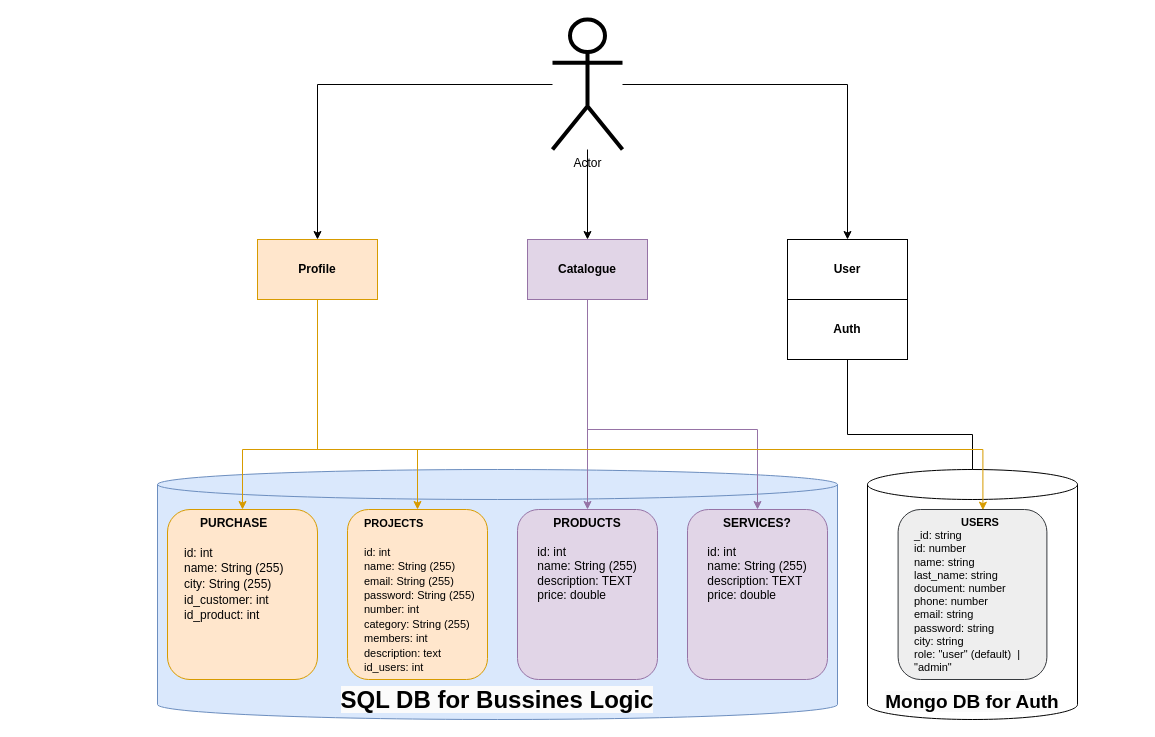
Above: Diagrama sin título.drawio in samuelquisol/Future-Projection (draw.io), before the change. Source tidied: cells renumbered, new cells numbered last; positions are measured from the earlier drawing's top-left corner, leaving out a move shared by most shapes. Both pictures are drawn from the tidied source at 100%, with x=0, y=0 at pixel (157, 19).
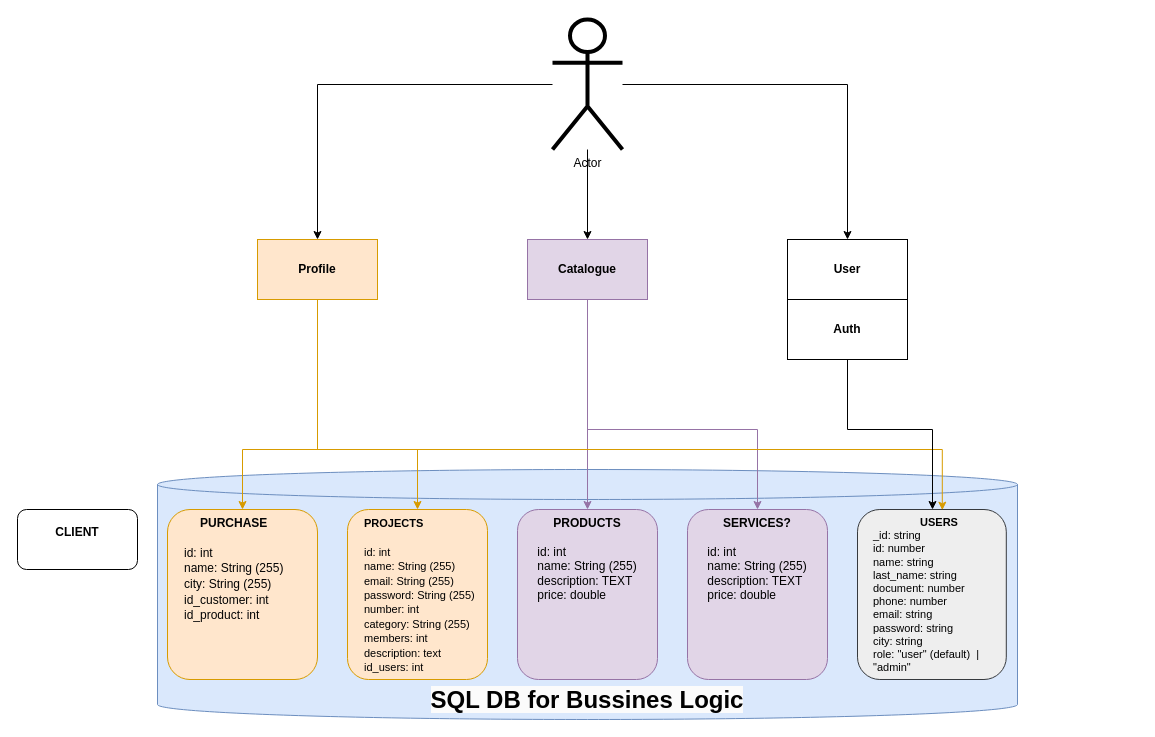
The same page after the edit.

Commit message:
Diagrama de Arquitectura General

Unchanged cells that the change refers to:
```xml
<mxCell id="4" value="&lt;b&gt;Auth&lt;/b&gt;" style="whiteSpace=wrap;html=1;" parent="1" vertex="1">
  <mxGeometry x="630" y="280" width="120" height="60" as="geometry" />
</mxCell>
<mxCell id="12" value="&lt;b&gt;Profile&lt;/b&gt;" style="whiteSpace=wrap;html=1;fillColor=#ffe6cc;strokeColor=#d79b00;" parent="1" vertex="1">
  <mxGeometry x="100" y="220" width="120" height="60" as="geometry" />
</mxCell>
```

What changed in the source:
```diff
@@
-    <mxCell id="3" style="edgeStyle=orthogonalEdgeStyle;rounded=0;jettySize=auto;html=1;" parent="1" edge="1" source="4" target="22">
-      <mxGeometry relative="1" as="geometry" />
-    </mxCell>
@@
     <mxCell id="5" style="shape=cylinder3;whiteSpace=wrap;html=1;boundedLbl=1;backgroundOutline=1;size=15;labelBorderColor=#99CCFF;fillColor=#dae8fc;strokeColor=#6c8ebf;" parent="1" vertex="1">
-      <mxGeometry y="450" width="680" height="250" as="geometry" />
+      <mxGeometry y="450" width="860" height="250" as="geometry" />
     </mxCell>
     <mxCell id="6" value="&lt;b style=&quot;forced-color-adjust: none; color: rgb(0, 0, 0); font-family: Helvetica; font-size: 24px; font-style: normal; font-variant-ligatures: normal; font-variant-caps: normal; letter-spacing: normal; orphans: 2; text-indent: 0px; text-transform: none; widows: 2; word-spacing: 0px; -webkit-text-stroke-width: 0px; white-space: normal; background-color: rgb(251, 251, 251); text-decoration-thickness: initial; text-decoration-style: initial; text-decoration-color: initial;&quot;&gt;SQL DB for Bussines Logic&lt;/b&gt;" style="text;whiteSpace=wrap;html=1;strokeWidth=7;fontSize=24;align=center;" parent="1" vertex="1">
-      <mxGeometry x="175" y="660" width="330" height="40" as="geometry" />
+      <mxGeometry x="265" y="660" width="330" height="40" as="geometry" />
     </mxCell>
@@
-    <mxCell id="21" style="shape=cylinder3;whiteSpace=wrap;html=1;boundedLbl=1;backgroundOutline=1;size=15;" parent="1" vertex="1">
-      <mxGeometry x="710" y="450" width="210" height="250" as="geometry" />
-    </mxCell>
     <mxCell id="22" value="&lt;span data-lucid-content=&quot;{&amp;quot;t&amp;quot;:&amp;quot;USERS\nid: int\nnombre. String (255)\napellido.: String (255)\ndocumento: Float\ncelulart. Float\nemail: String (255)\ncontraseña String (255)\nciudad: String (255)\nrol: String (255)&amp;quot;,&amp;quot;m&amp;quot;:[{&amp;quot;s&amp;quot;:0,&amp;quot;n&amp;quot;:&amp;quot;a&amp;quot;,&amp;quot;v&amp;quot;:&amp;quot;center&amp;quot;}]}&quot; style=&quot;font-size: 11px;&quot;&gt;&lt;b style=&quot;font-size: 11px;&quot;&gt;USERS&lt;/b&gt;&lt;br style=&quot;font-size: 11px;&quot;&gt;&lt;div style=&quot;text-align: left; font-size: 11px;&quot;&gt;&lt;span data-lucid-content=&quot;{&amp;quot;t&amp;quot;:&amp;quot;id: int\nnombre. String (255)\napellido.: String (255)\ndocumento: Float\ncelulart. Float\nemail: String (255)\ncontraseña String (255)\nciudad: String (255)\nrol: String (255)&amp;quot;,&amp;quot;m&amp;quot;:[]}&quot;&gt;_id: string&lt;/span&gt;&lt;/div&gt;&lt;div style=&quot;text-align: left; font-size: 11px;&quot;&gt;&lt;div&gt;id: number&lt;/div&gt;&lt;div&gt;name: string&lt;/div&gt;&lt;div&gt;last_name: string&lt;/div&gt;&lt;div&gt;document: number&lt;/div&gt;&lt;div&gt;phone: number&lt;/div&gt;&lt;div&gt;email: string&lt;/div&gt;&lt;div&gt;password: string&lt;/div&gt;&lt;div&gt;city: string&lt;/div&gt;&lt;div&gt;role: &quot;user&quot; (default)&amp;nbsp; | &quot;admin&quot;&lt;/div&gt;&lt;/div&gt;&lt;/span&gt;" style="rounded=1;whiteSpace=wrap;html=1;fontSize=11;verticalAlign=top;fillColor=#eeeeee;strokeColor=#36393d;spacingLeft=15;spacingTop=0;" parent="1" vertex="1">
-      <mxGeometry x="740.6" y="490" width="148.8" height="170" as="geometry" />
+      <mxGeometry x="700" y="490" width="148.8" height="170" as="geometry" />
     </mxCell>
-    <mxCell id="23" value="&lt;b style=&quot;forced-color-adjust: none; color: rgb(0, 0, 0); font-family: Helvetica; font-size: 19px; font-style: normal; font-variant-ligatures: normal; font-variant-caps: normal; letter-spacing: normal; orphans: 2; text-indent: 0px; text-transform: none; widows: 2; word-spacing: 0px; -webkit-text-stroke-width: 0px; white-space: normal; background-color: rgb(251, 251, 251); text-decoration-thickness: initial; text-decoration-style: initial; text-decoration-color: initial;&quot;&gt;Mongo DB for Auth&lt;/b&gt;" style="text;whiteSpace=wrap;html=1;strokeWidth=7;fontSize=24;align=center;" parent="1" vertex="1">
-      <mxGeometry x="650" y="660" width="330" height="40" as="geometry" />
-    </mxCell>
     <mxCell id="24" style="edgeStyle=orthogonalEdgeStyle;rounded=0;jettySize=auto;html=1;entryX=0.57;entryY=0.004;entryDx=0;entryDy=0;entryPerimeter=0;fillColor=#ffe6cc;strokeColor=#d79b00;" parent="1" edge="1" source="12" target="22">
       <mxGeometry relative="1" as="geometry">
         <Array as="points">
           <mxPoint x="160" y="430" />
-          <mxPoint x="825" y="430" />
+          <mxPoint x="785" y="430" />
         </Array>
       </mxGeometry>
     </mxCell>
+    <mxCell id="3" style="edgeStyle=orthogonalEdgeStyle;rounded=0;jettySize=auto;html=1;exitX=0.5;exitY=1;exitDx=0;exitDy=0;" parent="1" edge="1" source="4" target="22">
+      <mxGeometry relative="1" as="geometry">
+        <Array as="points">
+          <mxPoint x="690" y="410" />
+          <mxPoint x="775" y="410" />
+        </Array>
+      </mxGeometry>
+    </mxCell>
+    <mxCell id="25" value="&lt;b&gt;CLIENT&lt;/b&gt;&lt;div&gt;&lt;b&gt;&lt;br&gt;&lt;/b&gt;&lt;/div&gt;" style="rounded=1;whiteSpace=wrap;html=1;" parent="1" vertex="1">
+      <mxGeometry x="-140" y="490" width="120" height="60" as="geometry" />
+    </mxCell>
```
